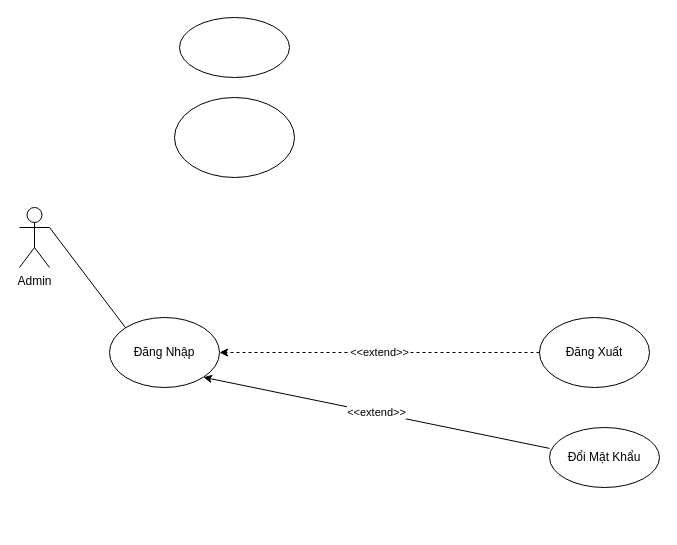
Before: UseCase2.drawio in maivantai2003/Database, a draw.io diagram. Source tidied: cells renumbered, new cells numbered last; positions are measured from the earlier drawing's top-left corner, leaving out a move shared by most shapes. Both pictures are drawn from the tidied source at 100%, with x=0, y=0 at pixel (19, 17).
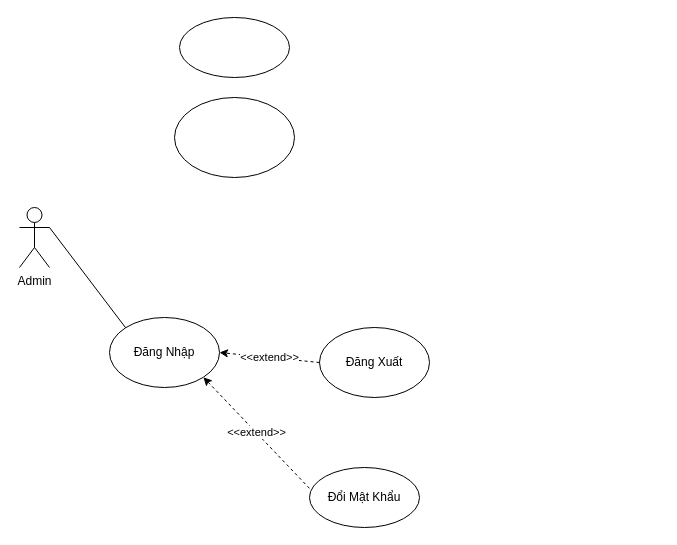
The same diagram, later.

Commit message (it also covers changes not shown here):
Cập nhật UseCase2.drawio

What changed in the source:
```diff
@@
 <mxGraphModel>
   <root>
     <mxCell id="0" />
     <mxCell id="1" parent="0" />
     <mxCell id="2" value="Admin" style="shape=umlActor;verticalLabelPosition=bottom;verticalAlign=top;html=1;outlineConnect=0;" parent="1" vertex="1">
       <mxGeometry y="190" width="30" height="60" as="geometry" />
     </mxCell>
     <mxCell id="3" value="Đăng Nhập" style="ellipse;whiteSpace=wrap;html=1;" parent="1" vertex="1">
       <mxGeometry x="90" y="300" width="110" height="70" as="geometry" />
     </mxCell>
     <mxCell id="4" value="Đăng Xuất" style="ellipse;whiteSpace=wrap;html=1;" parent="1" vertex="1">
-      <mxGeometry x="520" y="300" width="110" height="70" as="geometry" />
+      <mxGeometry x="300" y="310" width="110" height="70" as="geometry" />
     </mxCell>
     <mxCell id="5" value="&amp;lt;&amp;lt;extend&amp;gt;&amp;gt;" style="endArrow=classic;html=1;rounded=0;exitX=0;exitY=0.5;exitDx=0;exitDy=0;entryX=1;entryY=0.5;entryDx=0;entryDy=0;dashed=1;" parent="1" edge="1" source="4" target="3">
       <mxGeometry relative="1" as="geometry" />
     </mxCell>
     <mxCell id="6" style="endArrow=none;html=1;rounded=0;exitX=1;exitY=0.3333333333333333;exitDx=0;exitDy=0;exitPerimeter=0;entryX=0;entryY=0;entryDx=0;entryDy=0;endFill=0;" parent="1" edge="1" source="2" target="3">
       <mxGeometry relative="1" as="geometry" />
     </mxCell>
     <mxCell id="7" style="ellipse;whiteSpace=wrap;html=1;" parent="1" vertex="1">
       <mxGeometry x="160" width="110" height="60" as="geometry" />
     </mxCell>
     <mxCell id="8" style="ellipse;whiteSpace=wrap;html=1;" parent="1" vertex="1">
       <mxGeometry x="155" y="80" width="120" height="80" as="geometry" />
     </mxCell>
     <mxCell id="9" value="Đổi Mật Khẩu" style="ellipse;whiteSpace=wrap;html=1;" parent="1" vertex="1">
-      <mxGeometry x="530" y="410" width="110" height="60" as="geometry" />
+      <mxGeometry x="290" y="450" width="110" height="60" as="geometry" />
     </mxCell>
-    <mxCell id="10" value="&amp;lt;&amp;lt;extend&amp;gt;&amp;gt;" style="endArrow=classic;html=1;rounded=0;exitX=0;exitY=0.348;exitDx=0;exitDy=0;exitPerimeter=0;entryX=1;entryY=1;entryDx=0;entryDy=0;" parent="1" edge="1" source="9" target="3">
+    <mxCell id="10" value="&amp;lt;&amp;lt;extend&amp;gt;&amp;gt;" style="endArrow=classic;html=1;rounded=0;exitX=0;exitY=0.348;exitDx=0;exitDy=0;exitPerimeter=0;entryX=1;entryY=1;entryDx=0;entryDy=0;dashed=1;" parent="1" edge="1" source="9" target="3">
       <mxGeometry relative="1" as="geometry" />
     </mxCell>
   </root>
 </mxGraphModel>
```
